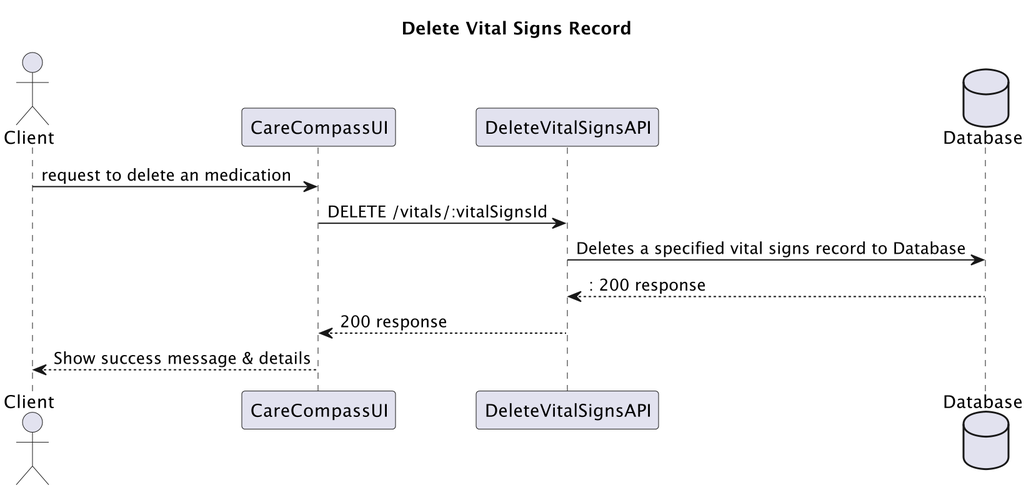
This is resources/images/DeleteVitalSignsRecord.png from evazhao919/CareCompass, a PlantUML export, as it was before one commit. Its source is kept beside it as resources/DeleteVitalSignsRecord.puml. Its diagram source:
```plantuml
@startuml
title Delete Vital Signs Record

actor Client
participant CareCompassUI
participant DeleteVitalSignsAPI
database Database

Client -> CareCompassUI: request to delete an medication
CareCompassUI -> DeleteVitalSignsAPI: DELETE /vitals/:vitalSignsId
DeleteVitalSignsAPI  -> Database: Deletes a specified vital signs record to Database

Database  --> DeleteVitalSignsAPI:: 200 response
DeleteVitalSignsAPI --> CareCompassUI: 200 response
CareCompassUI --> Client: Show success message & details
@enduml
```
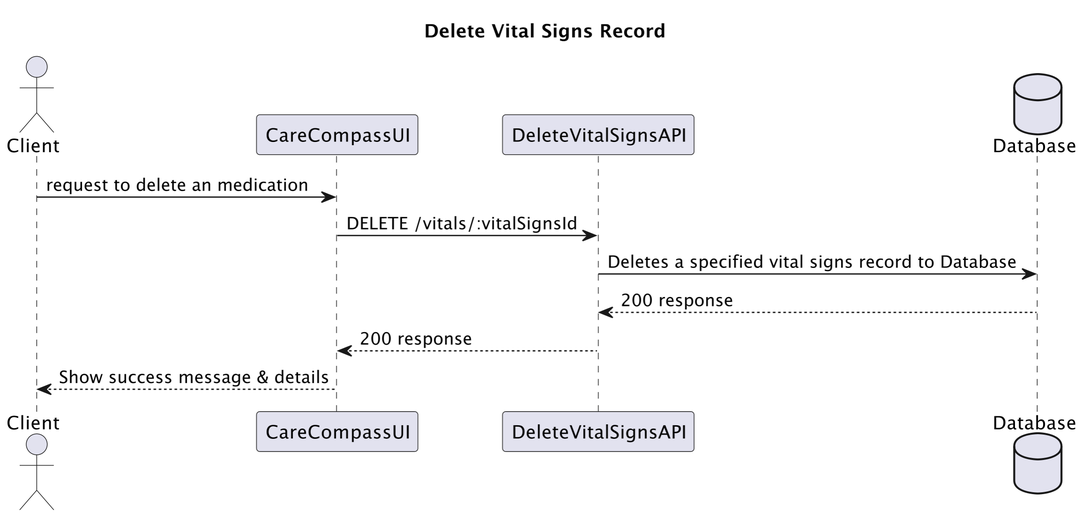
After the commit.

The edit, as a diff of the source:
```diff
@@ -10,7 +10,7 @@
 CareCompassUI -> DeleteVitalSignsAPI: DELETE /vitals/:vitalSignsId
 DeleteVitalSignsAPI  -> Database: Deletes a specified vital signs record to Database
 
-Database  --> DeleteVitalSignsAPI:: 200 response
+Database  --> DeleteVitalSignsAPI: 200 response
 DeleteVitalSignsAPI --> CareCompassUI: 200 response
 CareCompassUI --> Client: Show success message & details
 @enduml
```
